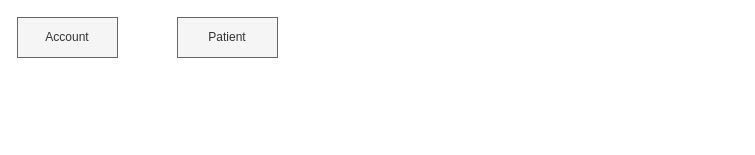
The draw.io diagram Untitled Diagram.drawio in UniFI-Students/DBIS, before the edit. Source tidied: cells renumbered, new cells numbered last; positions are measured from the earlier drawing's top-left corner, leaving out a move shared by most shapes. Both pictures are drawn from the tidied source at 100%, with x=0, y=0 at pixel (17, 17).
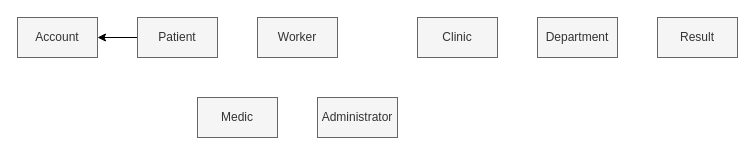
The same diagram, later.

What changed in the source:
```diff
@@
 <mxGraphModel background="#ffffff">
   <root>
     <mxCell id="0" />
     <mxCell id="1" parent="0" />
     <mxCell id="2" value="Account" style="whiteSpace=wrap;html=1;align=center;fillColor=#f5f5f5;fontColor=#333333;strokeColor=#666666;" parent="1" vertex="1">
-      <mxGeometry width="100" height="40" as="geometry" />
+      <mxGeometry width="80" height="40" as="geometry" />
     </mxCell>
+    <mxCell id="4" style="edgeStyle=orthogonalEdgeStyle;rounded=0;jettySize=auto;html=1;" parent="1" edge="1" source="3" target="2">
+      <mxGeometry relative="1" as="geometry" />
+    </mxCell>
     <mxCell id="3" value="Patient" style="whiteSpace=wrap;html=1;align=center;fillColor=#f5f5f5;fontColor=#333333;strokeColor=#666666;" parent="1" vertex="1">
-      <mxGeometry x="160" width="100" height="40" as="geometry" />
+      <mxGeometry x="120" width="80" height="40" as="geometry" />
     </mxCell>
+    <mxCell id="5" value="Worker" style="whiteSpace=wrap;html=1;align=center;fillColor=#f5f5f5;fontColor=#333333;strokeColor=#666666;" parent="1" vertex="1">
+      <mxGeometry x="240" width="80" height="40" as="geometry" />
+    </mxCell>
+    <mxCell id="6" value="Medic" style="whiteSpace=wrap;html=1;align=center;fillColor=#f5f5f5;fontColor=#333333;strokeColor=#666666;" parent="1" vertex="1">
+      <mxGeometry x="180" y="80" width="80" height="40" as="geometry" />
+    </mxCell>
+    <mxCell id="7" value="Administrator" style="whiteSpace=wrap;html=1;align=center;fillColor=#f5f5f5;fontColor=#333333;strokeColor=#666666;" parent="1" vertex="1">
+      <mxGeometry x="300" y="80" width="80" height="40" as="geometry" />
+    </mxCell>
+    <mxCell id="8" value="Clinic" style="whiteSpace=wrap;html=1;align=center;fillColor=#f5f5f5;fontColor=#333333;strokeColor=#666666;" parent="1" vertex="1">
+      <mxGeometry x="400" width="80" height="40" as="geometry" />
+    </mxCell>
+    <mxCell id="9" value="Department" style="whiteSpace=wrap;html=1;align=center;fillColor=#f5f5f5;fontColor=#333333;strokeColor=#666666;" parent="1" vertex="1">
+      <mxGeometry x="520" width="80" height="40" as="geometry" />
+    </mxCell>
+    <mxCell id="10" value="Result" style="whiteSpace=wrap;html=1;align=center;fillColor=#f5f5f5;fontColor=#333333;strokeColor=#666666;" parent="1" vertex="1">
+      <mxGeometry x="640" width="80" height="40" as="geometry" />
+    </mxCell>
   </root>
 </mxGraphModel>
```
